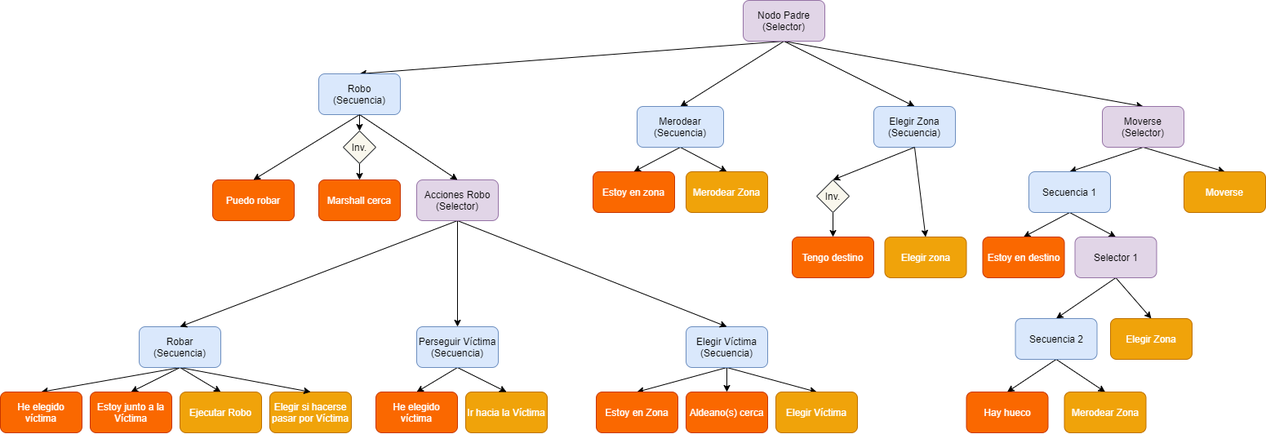
The draw.io diagram Comportamiento de Personajes/Documentos/BehaviourTreeThief.png in lightningopal/Juegos-para-Web-y-Redes-Sociales---Unity, before a commit. Source tidied: cells renumbered, new cells last; positions are measured from the earlier drawing's top-left corner, leaving out a move shared by most shapes.
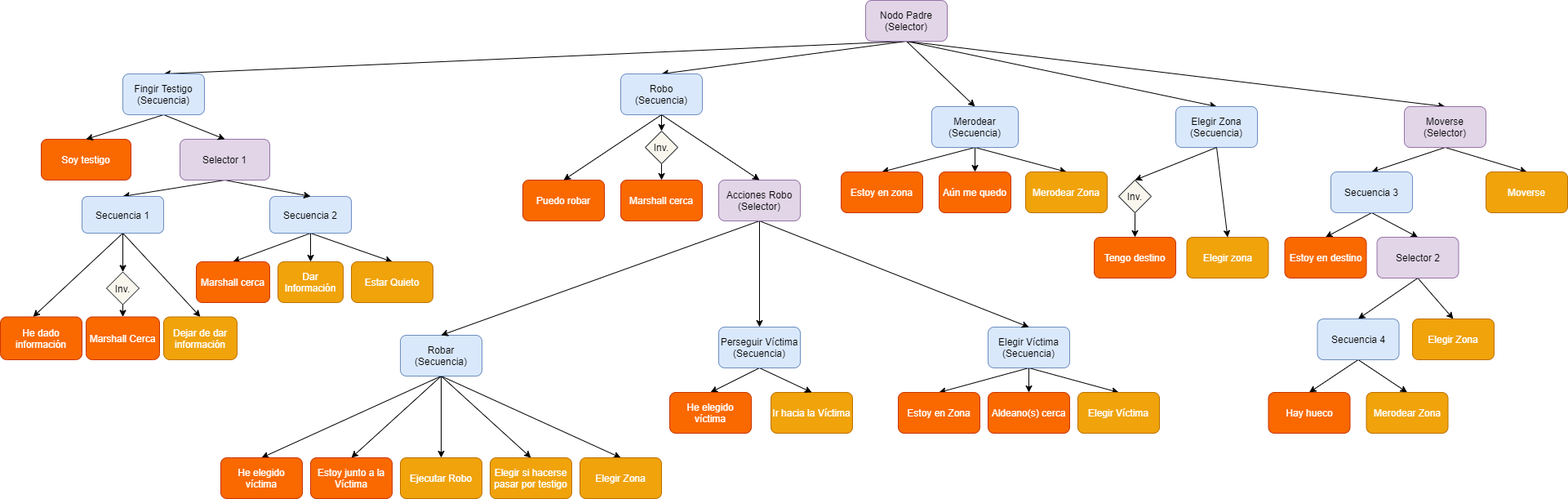
Later version of the same file.

Commit message:
[CDP] - Actualización del arbol de comportamiento del ladron y actualizacion de la memoria

What changed in the source:
```diff
@@ -14,8 +14,11 @@
     <mxCell id="5" style="edgeStyle=none;rounded=0;jettySize=auto;html=1;exitX=0.5;exitY=1;exitDx=0;exitDy=0;entryX=0.5;entryY=0;entryDx=0;entryDy=0;" parent="1" edge="1" source="6" target="50">
       <mxGeometry relative="1" as="geometry" />
     </mxCell>
+    <mxCell id="69" style="rounded=0;jettySize=auto;html=1;exitX=0.5;exitY=1;exitDx=0;exitDy=0;entryX=0.5;entryY=0;entryDx=0;entryDy=0;" parent="1" edge="1" source="6" target="92">
+      <mxGeometry relative="1" as="geometry" />
+    </mxCell>
     <mxCell id="6" value="Nodo Padre&lt;br&gt;(Selector)" style="rounded=1;whiteSpace=wrap;html=1;fillColor=#e1d5e7;strokeColor=#9673a6;" parent="1" vertex="1">
-      <mxGeometry x="910" width="100" height="50" as="geometry" />
+      <mxGeometry x="690" width="100" height="50" as="geometry" />
     </mxCell>
     <mxCell id="7" style="edgeStyle=none;rounded=0;jettySize=auto;html=1;exitX=0.5;exitY=1;exitDx=0;exitDy=0;entryX=0.5;entryY=0;entryDx=0;entryDy=0;" parent="1" edge="1" source="10" target="23">
       <mxGeometry relative="1" as="geometry" />
@@ -35,8 +38,11 @@
     <mxCell id="12" style="edgeStyle=none;rounded=0;jettySize=auto;html=1;exitX=0.5;exitY=1;exitDx=0;exitDy=0;entryX=0.5;entryY=0;entryDx=0;entryDy=0;" parent="1" edge="1" source="13" target="18">
       <mxGeometry relative="1" as="geometry" />
     </mxCell>
+    <mxCell id="70" style="edgeStyle=none;rounded=0;jettySize=auto;html=1;exitX=0.5;exitY=1;exitDx=0;exitDy=0;entryX=0.5;entryY=0;entryDx=0;entryDy=0;" parent="1" edge="1" source="13" target="96">
+      <mxGeometry relative="1" as="geometry" />
+    </mxCell>
     <mxCell id="13" value="Merodear&lt;br&gt;(Secuencia)" style="rounded=1;whiteSpace=wrap;html=1;fillColor=#dae8fc;strokeColor=#6c8ebf;" parent="1" vertex="1">
-      <mxGeometry x="780" y="130" width="106" height="50" as="geometry" />
+      <mxGeometry x="771" y="130" width="106" height="50" as="geometry" />
     </mxCell>
     <mxCell id="14" style="edgeStyle=none;rounded=0;jettySize=auto;html=1;exitX=0.5;exitY=1;exitDx=0;exitDy=0;entryX=0.5;entryY=0;entryDx=0;entryDy=0;" parent="1" edge="1" source="67" target="19">
       <mxGeometry relative="1" as="geometry" />
@@ -48,10 +54,10 @@
       <mxGeometry x="1070" y="130" width="100" height="50" as="geometry" />
     </mxCell>
     <mxCell id="17" value="Estoy en zona" style="rounded=1;whiteSpace=wrap;html=1;fillColor=#fa6800;strokeColor=#C73500;fontColor=#ffffff;" parent="1" vertex="1">
-      <mxGeometry x="726" y="210" width="100" height="50" as="geometry" />
+      <mxGeometry x="660" y="210" width="100" height="50" as="geometry" />
     </mxCell>
     <mxCell id="18" value="Merodear Zona" style="rounded=1;whiteSpace=wrap;html=1;fillColor=#f0a30a;strokeColor=#BD7000;fontColor=#ffffff;" parent="1" vertex="1">
-      <mxGeometry x="840" y="210" width="100" height="50" as="geometry" />
+      <mxGeometry x="886" y="210" width="100" height="50" as="geometry" />
     </mxCell>
     <mxCell id="19" value="Tengo destino" style="rounded=1;whiteSpace=wrap;html=1;fillColor=#fa6800;strokeColor=#C73500;fontColor=#ffffff;" parent="1" vertex="1">
       <mxGeometry x="970" y="290" width="100" height="50" as="geometry" />
@@ -63,13 +69,13 @@
       <mxGeometry x="950" y="480" width="100" height="50" as="geometry" />
     </mxCell>
     <mxCell id="22" value="Ir hacia la Víctima" style="rounded=1;whiteSpace=wrap;html=1;fillColor=#f0a30a;strokeColor=#BD7000;fontColor=#ffffff;" parent="1" vertex="1">
-      <mxGeometry x="570" y="480" width="100" height="50" as="geometry" />
+      <mxGeometry x="574" y="480" width="100" height="50" as="geometry" />
     </mxCell>
     <mxCell id="23" value="Estoy en Zona" style="rounded=1;whiteSpace=wrap;html=1;fillColor=#fa6800;strokeColor=#C73500;fontColor=#ffffff;" parent="1" vertex="1">
       <mxGeometry x="730" y="480" width="100" height="50" as="geometry" />
     </mxCell>
-    <mxCell id="24" value="Elegir si hacerse pasar por Víctima" style="rounded=1;whiteSpace=wrap;html=1;fillColor=#f0a30a;strokeColor=#BD7000;fontColor=#ffffff;" parent="1" vertex="1">
-      <mxGeometry x="330" y="480" width="100" height="50" as="geometry" />
+    <mxCell id="24" value="Elegir si hacerse pasar por testigo" style="rounded=1;whiteSpace=wrap;html=1;fillColor=#f0a30a;strokeColor=#BD7000;fontColor=#ffffff;" parent="1" vertex="1">
+      <mxGeometry x="230" y="560" width="100" height="50" as="geometry" />
     </mxCell>
     <mxCell id="25" value="Aldeano(s) cerca" style="rounded=1;whiteSpace=wrap;html=1;fillColor=#fa6800;strokeColor=#C73500;fontColor=#ffffff;" parent="1" vertex="1">
       <mxGeometry x="840" y="480" width="100" height="50" as="geometry" />
@@ -95,20 +101,23 @@
     <mxCell id="32" style="edgeStyle=none;rounded=0;jettySize=auto;html=1;exitX=0.5;exitY=1;exitDx=0;exitDy=0;entryX=0.5;entryY=0;entryDx=0;entryDy=0;" parent="1" edge="1" source="33" target="24">
       <mxGeometry relative="1" as="geometry" />
     </mxCell>
+    <mxCell id="71" style="edgeStyle=none;rounded=0;jettySize=auto;html=1;exitX=0.5;exitY=1;exitDx=0;exitDy=0;entryX=0.5;entryY=0;entryDx=0;entryDy=0;" parent="1" edge="1" source="33" target="95">
+      <mxGeometry relative="1" as="geometry" />
+    </mxCell>
     <mxCell id="33" value="Robar&lt;br&gt;(Secuencia)" style="rounded=1;whiteSpace=wrap;html=1;fillColor=#dae8fc;strokeColor=#6c8ebf;" parent="1" vertex="1">
-      <mxGeometry x="170" y="400" width="100" height="50" as="geometry" />
+      <mxGeometry x="120" y="410" width="100" height="50" as="geometry" />
     </mxCell>
     <mxCell id="34" value="Estoy junto a la Víctima" style="rounded=1;whiteSpace=wrap;html=1;fillColor=#fa6800;strokeColor=#C73500;fontColor=#ffffff;" parent="1" vertex="1">
-      <mxGeometry x="110" y="480" width="100" height="50" as="geometry" />
+      <mxGeometry x="10" y="560" width="100" height="50" as="geometry" />
     </mxCell>
     <mxCell id="35" value="Ejecutar Robo" style="rounded=1;whiteSpace=wrap;html=1;fillColor=#f0a30a;strokeColor=#BD7000;fontColor=#ffffff;" parent="1" vertex="1">
-      <mxGeometry x="220" y="480" width="100" height="50" as="geometry" />
+      <mxGeometry x="120" y="560" width="100" height="50" as="geometry" />
     </mxCell>
     <mxCell id="36" value="He elegido víctima" style="rounded=1;whiteSpace=wrap;html=1;fillColor=#fa6800;strokeColor=#C73500;fontColor=#ffffff;" parent="1" vertex="1">
-      <mxGeometry x="460" y="480" width="100" height="50" as="geometry" />
+      <mxGeometry x="450" y="480" width="100" height="50" as="geometry" />
     </mxCell>
     <mxCell id="37" value="Puedo robar" style="rounded=1;whiteSpace=wrap;html=1;fillColor=#fa6800;strokeColor=#C73500;fontColor=#ffffff;" parent="1" vertex="1">
-      <mxGeometry x="260" y="220" width="100" height="50" as="geometry" />
+      <mxGeometry x="270" y="220" width="100" height="50" as="geometry" />
     </mxCell>
     <mxCell id="38" style="edgeStyle=none;rounded=0;jettySize=auto;html=1;exitX=0.5;exitY=1;exitDx=0;exitDy=0;entryX=0.5;entryY=0;entryDx=0;entryDy=0;" parent="1" edge="1" source="41" target="33">
       <mxGeometry relative="1" as="geometry" />
@@ -138,7 +147,7 @@
       <mxGeometry x="390" y="220" width="100" height="50" as="geometry" />
     </mxCell>
     <mxCell id="47" value="He elegido víctima" style="rounded=1;whiteSpace=wrap;html=1;fillColor=#fa6800;strokeColor=#C73500;fontColor=#ffffff;" parent="1" vertex="1">
-      <mxGeometry y="480" width="100" height="50" as="geometry" />
+      <mxGeometry x="-100" y="560" width="100" height="50" as="geometry" />
     </mxCell>
     <mxCell id="48" style="edgeStyle=none;rounded=0;jettySize=auto;html=1;exitX=0.5;exitY=1;exitDx=0;exitDy=0;entryX=0.5;entryY=0;entryDx=0;entryDy=0;" parent="1" edge="1" source="50" target="53">
       <mxGeometry relative="1" as="geometry" />
@@ -155,7 +164,7 @@
     <mxCell id="52" style="edgeStyle=none;rounded=0;jettySize=auto;html=1;exitX=0.5;exitY=1;exitDx=0;exitDy=0;entryX=0.5;entryY=0;entryDx=0;entryDy=0;" parent="1" edge="1" source="53" target="57">
       <mxGeometry relative="1" as="geometry" />
     </mxCell>
-    <mxCell id="53" value="Secuencia 1" style="rounded=1;whiteSpace=wrap;html=1;fillColor=#dae8fc;strokeColor=#6c8ebf;" parent="1" vertex="1">
+    <mxCell id="53" value="Secuencia 3" style="rounded=1;whiteSpace=wrap;html=1;fillColor=#dae8fc;strokeColor=#6c8ebf;" parent="1" vertex="1">
       <mxGeometry x="1260" y="210" width="100" height="50" as="geometry" />
     </mxCell>
     <mxCell id="54" value="Estoy en destino" style="rounded=1;whiteSpace=wrap;html=1;fillColor=#fa6800;strokeColor=#C73500;fontColor=#ffffff;" parent="1" vertex="1">
@@ -167,7 +176,7 @@
     <mxCell id="56" style="edgeStyle=none;rounded=0;jettySize=auto;html=1;exitX=0.5;exitY=1;exitDx=0;exitDy=0;entryX=0.5;entryY=0;entryDx=0;entryDy=0;" parent="1" edge="1" source="57" target="62">
       <mxGeometry relative="1" as="geometry" />
     </mxCell>
-    <mxCell id="57" value="Selector 1" style="rounded=1;whiteSpace=wrap;html=1;fillColor=#e1d5e7;strokeColor=#9673a6;" parent="1" vertex="1">
+    <mxCell id="57" value="Selector 2" style="rounded=1;whiteSpace=wrap;html=1;fillColor=#e1d5e7;strokeColor=#9673a6;" parent="1" vertex="1">
       <mxGeometry x="1316.5" y="290" width="100" height="50" as="geometry" />
     </mxCell>
     <mxCell id="58" value="Moverse" style="rounded=1;whiteSpace=wrap;html=1;fillColor=#f0a30a;strokeColor=#BD7000;fontColor=#ffffff;" parent="1" vertex="1">
@@ -179,7 +188,7 @@
     <mxCell id="60" style="edgeStyle=none;rounded=0;jettySize=auto;html=1;exitX=0.5;exitY=1;exitDx=0;exitDy=0;entryX=0.5;entryY=0;entryDx=0;entryDy=0;" parent="1" edge="1" source="61" target="64">
       <mxGeometry relative="1" as="geometry" />
     </mxCell>
-    <mxCell id="61" value="Secuencia 2" style="rounded=1;whiteSpace=wrap;html=1;fillColor=#dae8fc;strokeColor=#6c8ebf;" parent="1" vertex="1">
+    <mxCell id="61" value="Secuencia 4" style="rounded=1;whiteSpace=wrap;html=1;fillColor=#dae8fc;strokeColor=#6c8ebf;" parent="1" vertex="1">
       <mxGeometry x="1243.5" y="390" width="100" height="50" as="geometry" />
     </mxCell>
     <mxCell id="62" value="Elegir Zona" style="rounded=1;whiteSpace=wrap;html=1;fillColor=#f0a30a;strokeColor=#BD7000;fontColor=#ffffff;" parent="1" vertex="1">
@@ -203,5 +212,82 @@
     <mxCell id="68" style="edgeStyle=none;rounded=0;jettySize=auto;html=1;exitX=0.5;exitY=1;exitDx=0;exitDy=0;entryX=0.5;entryY=0;entryDx=0;entryDy=0;" parent="1" edge="1" source="16" target="67">
       <mxGeometry relative="1" as="geometry" />
     </mxCell>
+    <mxCell id="72" style="edgeStyle=none;rounded=0;jettySize=auto;html=1;exitX=0.5;exitY=1;exitDx=0;exitDy=0;entryX=0.5;entryY=0;entryDx=0;entryDy=0;" parent="1" edge="1" source="75" target="76">
+      <mxGeometry relative="1" as="geometry" />
+    </mxCell>
+    <mxCell id="73" style="edgeStyle=none;rounded=0;jettySize=auto;html=1;exitX=0.5;exitY=1;exitDx=0;exitDy=0;entryX=0.5;entryY=0;entryDx=0;entryDy=0;" parent="1" edge="1" source="75" target="78">
+      <mxGeometry relative="1" as="geometry" />
+    </mxCell>
+    <mxCell id="74" style="edgeStyle=none;rounded=0;jettySize=auto;html=1;exitX=0.5;exitY=1;exitDx=0;exitDy=0;entryX=0.5;entryY=0;entryDx=0;entryDy=0;" parent="1" edge="1" source="75" target="77">
+      <mxGeometry relative="1" as="geometry" />
+    </mxCell>
+    <mxCell id="75" value="Secuencia 2" style="rounded=1;whiteSpace=wrap;html=1;fillColor=#dae8fc;strokeColor=#6c8ebf;" parent="1" vertex="1">
+      <mxGeometry x="-40" y="240" width="100" height="45" as="geometry" />
+    </mxCell>
+    <mxCell id="76" value="Marshall cerca" style="rounded=1;whiteSpace=wrap;html=1;fillColor=#fa6800;strokeColor=#C73500;fontColor=#ffffff;" parent="1" vertex="1">
+      <mxGeometry x="-130" y="320" width="90" height="50" as="geometry" />
+    </mxCell>
+    <mxCell id="77" value="Estar Quieto" style="rounded=1;whiteSpace=wrap;html=1;fillColor=#f0a30a;strokeColor=#BD7000;fontColor=#ffffff;" parent="1" vertex="1">
+      <mxGeometry x="60" y="320" width="100" height="50" as="geometry" />
+    </mxCell>
+    <mxCell id="78" value="Dar Información" style="rounded=1;whiteSpace=wrap;html=1;fillColor=#f0a30a;strokeColor=#BD7000;fontColor=#ffffff;" parent="1" vertex="1">
+      <mxGeometry x="-30" y="320" width="80" height="50" as="geometry" />
+    </mxCell>
+    <mxCell id="79" style="edgeStyle=none;rounded=0;jettySize=auto;html=1;exitX=0.5;exitY=1;exitDx=0;exitDy=0;entryX=0.5;entryY=0;entryDx=0;entryDy=0;" parent="1" edge="1" source="81" target="75">
+      <mxGeometry relative="1" as="geometry" />
+    </mxCell>
+    <mxCell id="80" style="edgeStyle=none;rounded=0;jettySize=auto;html=1;exitX=0.5;exitY=1;exitDx=0;exitDy=0;entryX=0.5;entryY=0;entryDx=0;entryDy=0;" parent="1" edge="1" source="81" target="85">
+      <mxGeometry relative="1" as="geometry" />
+    </mxCell>
+    <mxCell id="81" value="Selector 1" style="rounded=1;whiteSpace=wrap;html=1;fillColor=#e1d5e7;strokeColor=#9673a6;" parent="1" vertex="1">
+      <mxGeometry x="-150" y="170" width="110" height="50" as="geometry" />
+    </mxCell>
+    <mxCell id="82" style="edgeStyle=none;rounded=0;jettySize=auto;html=1;exitX=0.5;exitY=1;exitDx=0;exitDy=0;entryX=0.5;entryY=0;entryDx=0;entryDy=0;" parent="1" edge="1" source="85">
+      <mxGeometry relative="1" as="geometry">
+        <mxPoint x="-330" y="387.5" as="targetPoint" />
+      </mxGeometry>
+    </mxCell>
+    <mxCell id="83" style="edgeStyle=none;rounded=0;jettySize=auto;html=1;exitX=0.5;exitY=1;exitDx=0;exitDy=0;entryX=0.5;entryY=0;entryDx=0;entryDy=0;" parent="1" edge="1" source="85" target="94">
+      <mxGeometry relative="1" as="geometry" />
+    </mxCell>
+    <mxCell id="84" style="edgeStyle=none;rounded=0;jettySize=auto;html=1;exitX=0.5;exitY=1;exitDx=0;exitDy=0;entryX=0.5;entryY=0;entryDx=0;entryDy=0;" parent="1" edge="1" source="85" target="88">
+      <mxGeometry relative="1" as="geometry" />
+    </mxCell>
+    <mxCell id="85" value="Secuencia 1" style="rounded=1;whiteSpace=wrap;html=1;fillColor=#dae8fc;strokeColor=#6c8ebf;" parent="1" vertex="1">
+      <mxGeometry x="-270" y="240" width="100" height="45" as="geometry" />
+    </mxCell>
+    <mxCell id="86" value="He dado información" style="rounded=1;whiteSpace=wrap;html=1;fillColor=#fa6800;strokeColor=#C73500;fontColor=#ffffff;" parent="1" vertex="1">
+      <mxGeometry x="-370" y="387.5" width="100" height="52.5" as="geometry" />
+    </mxCell>
+    <mxCell id="87" value="Marshall Cerca" style="rounded=1;whiteSpace=wrap;html=1;fillColor=#fa6800;strokeColor=#C73500;fontColor=#ffffff;" parent="1" vertex="1">
+      <mxGeometry x="-265" y="387.5" width="90" height="52.5" as="geometry" />
+    </mxCell>
+    <mxCell id="88" value="Dejar de dar información" style="rounded=1;whiteSpace=wrap;html=1;fillColor=#f0a30a;strokeColor=#BD7000;fontColor=#ffffff;" parent="1" vertex="1">
+      <mxGeometry x="-170" y="387.5" width="90" height="52.5" as="geometry" />
+    </mxCell>
+    <mxCell id="89" value="Soy testigo" style="rounded=1;whiteSpace=wrap;html=1;fillColor=#fa6800;strokeColor=#C73500;fontColor=#ffffff;" parent="1" vertex="1">
+      <mxGeometry x="-320" y="170" width="110" height="50" as="geometry" />
+    </mxCell>
+    <mxCell id="90" style="edgeStyle=none;rounded=0;jettySize=auto;html=1;exitX=0.5;exitY=1;exitDx=0;exitDy=0;entryX=0.5;entryY=0;entryDx=0;entryDy=0;" parent="1" edge="1" source="92" target="89">
+      <mxGeometry relative="1" as="geometry" />
+    </mxCell>
+    <mxCell id="91" style="edgeStyle=none;rounded=0;jettySize=auto;html=1;exitX=0.5;exitY=1;exitDx=0;exitDy=0;entryX=0.5;entryY=0;entryDx=0;entryDy=0;" parent="1" edge="1" source="92" target="81">
+      <mxGeometry relative="1" as="geometry" />
+    </mxCell>
+    <mxCell id="92" value="Fingir Testigo (Secuencia)" style="rounded=1;whiteSpace=wrap;html=1;fillColor=#dae8fc;strokeColor=#6c8ebf;" parent="1" vertex="1">
+      <mxGeometry x="-220" y="90" width="100" height="50" as="geometry" />
+    </mxCell>
+    <mxCell id="93" style="edgeStyle=none;rounded=0;jettySize=auto;html=1;exitX=0.5;exitY=1;exitDx=0;exitDy=0;entryX=0.5;entryY=0;entryDx=0;entryDy=0;" parent="1" edge="1" source="94" target="87">
+      <mxGeometry relative="1" as="geometry" />
+    </mxCell>
+    <mxCell id="94" value="Inv." style="rhombus;whiteSpace=wrap;html=1;fillColor=#f9f7ed;strokeColor=#36393d;" parent="1" vertex="1">
+      <mxGeometry x="-240" y="332.5" width="40" height="40" as="geometry" />
+    </mxCell>
+    <mxCell id="95" value="Elegir Zona" style="rounded=1;whiteSpace=wrap;html=1;fillColor=#f0a30a;strokeColor=#BD7000;fontColor=#ffffff;" parent="1" vertex="1">
+      <mxGeometry x="340" y="560" width="100" height="50" as="geometry" />
+    </mxCell>
+    <mxCell id="96" value="Aún me quedo" style="rounded=1;whiteSpace=wrap;html=1;fillColor=#fa6800;strokeColor=#C73500;fontColor=#ffffff;" parent="1" vertex="1">
+      <mxGeometry x="780" y="210" width="88" height="50" as="geometry" />
+    </mxCell>
   </root>
 </mxGraphModel>
```
